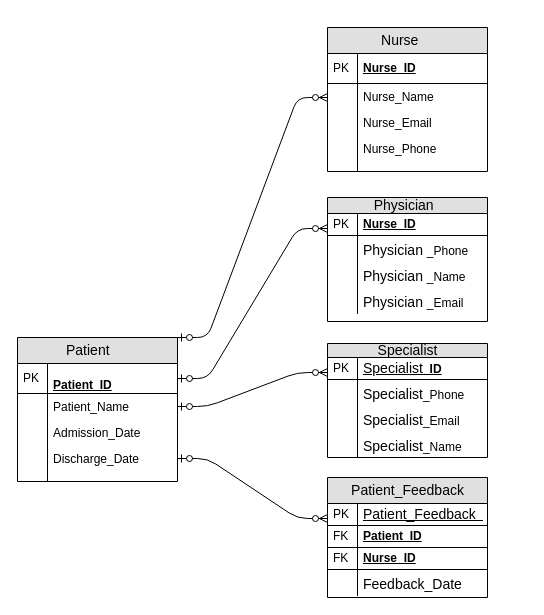
Earlier version of the draw.io diagram Untitled Diagram.drawio (mveiyo/shifts). Source tidied: cells renumbered, new cells numbered last; positions are measured from the earlier drawing's top-left corner, leaving out a move shared by most shapes. Both pictures are drawn from the tidied source at 100%, with x=0, y=0 at pixel (17, 27).
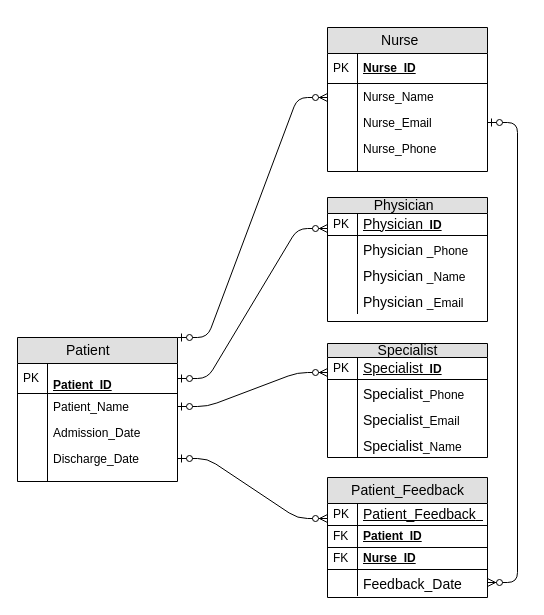
Above is the later version.

The change refers to these unchanged cells:
```xml
<mxCell id="13" value="&lt;p class=&quot;MsoNormal&quot;&gt;&lt;span style=&quot;mso-spacerun:'yes';font-family:Calibri;mso-fareast-font-family:等线;&lt;br/&gt;mso-bidi-font-family:'Times New Roman';&quot;&gt;Physician&amp;nbsp;&amp;nbsp;&lt;/span&gt;&lt;/p&gt;" style="swimlane;html=1;fontStyle=0;horizontal=1;startSize=16;fillColor=#e0e0e0;swimlaneFillColor=#ffffff;align=center;rounded=0;shadow=0;comic=0;labelBackgroundColor=none;strokeWidth=1;fontFamily=Verdana;fontSize=14;" parent="1" vertex="1">
  <mxGeometry x="310" y="170" width="160" height="124" as="geometry" />
</mxCell>
<mxCell id="39" value="&lt;div style=&quot;text-align: center;&quot;&gt;&lt;span style=&quot;background-color: initial; font-size: 14px; text-wrap: nowrap;&quot;&gt;&lt;font face=&quot;Calibri&quot;&gt;Feedback_Date&lt;/font&gt;&lt;/span&gt;&lt;/div&gt;" style="shape=partialRectangle;top=0;left=0;right=0;bottom=0;html=1;align=left;verticalAlign=top;fillColor=none;spacingLeft=34;spacingRight=4;whiteSpace=wrap;overflow=hidden;points=[[0,0.5],[1,0.5]];portConstraint=eastwest;" parent="32" vertex="1">
  <mxGeometry y="92" width="160" height="26" as="geometry" />
</mxCell>
<mxCell id="48" value="Nurse_Email" style="shape=partialRectangle;top=0;left=0;right=0;bottom=0;html=1;align=left;verticalAlign=top;fillColor=none;spacingLeft=34;spacingRight=4;whiteSpace=wrap;overflow=hidden;points=[[0,0.5],[1,0.5]];portConstraint=eastwest;" parent="43" vertex="1">
  <mxGeometry y="82" width="160" height="26" as="geometry" />
</mxCell>
```

What changed in the source:
```diff
@@
-    <mxCell id="14" value="Nurse_ID" style="shape=partialRectangle;top=0;left=0;right=0;bottom=1;html=1;align=left;verticalAlign=middle;fillColor=none;spacingLeft=34;spacingRight=4;whiteSpace=wrap;overflow=hidden;fontStyle=5;" parent="13" vertex="1">
+    <mxCell id="14" value="&lt;span style=&quot;font-family: Calibri; font-size: 14px; font-weight: 400; text-align: center; text-wrap: nowrap;&quot;&gt;Physician&lt;/span&gt;_ID" style="shape=partialRectangle;top=0;left=0;right=0;bottom=1;html=1;align=left;verticalAlign=middle;fillColor=none;spacingLeft=34;spacingRight=4;whiteSpace=wrap;overflow=hidden;fontStyle=5;" parent="13" vertex="1">
       <mxGeometry y="16" width="160" height="22" as="geometry" />
     </mxCell>
@@
+    <mxCell id="55" style="edgeStyle=entityRelationEdgeStyle;html=1;endArrow=ERzeroToMany;startArrow=ERzeroToOne;labelBackgroundColor=none;fontFamily=Verdana;fontSize=14;exitX=1;exitY=0.5;exitDx=0;exitDy=0;entryX=1;entryY=0.5;entryDx=0;entryDy=0;" parent="1" edge="1" source="48" target="39">
+      <mxGeometry relative="1" as="geometry">
+        <Array as="points">
+          <mxPoint x="710" y="50" />
+          <mxPoint x="600" y="360" />
+          <mxPoint x="750" y="340" />
+        </Array>
+      </mxGeometry>
+    </mxCell>
```
